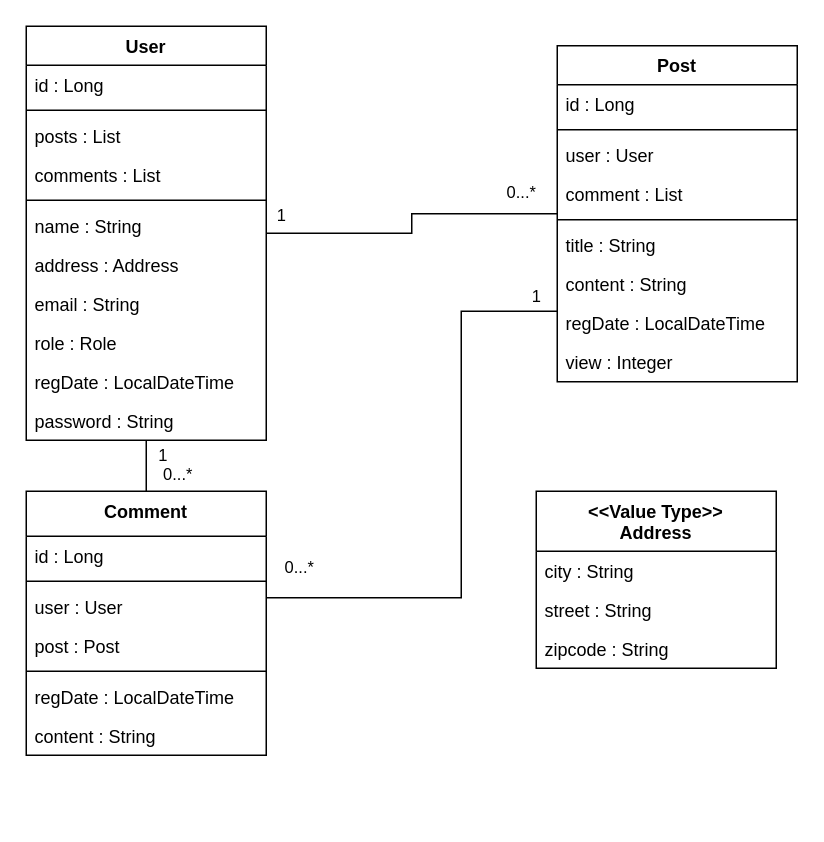
Earlier version of the draw.io diagram ERD/ERD_JpaEntity.drawio (gyuray-dev/spring_forum). Source tidied: cells renumbered, new cells numbered last; positions are measured from the earlier drawing's top-left corner, leaving out a move shared by most shapes. Both pictures are drawn from the tidied source at 150%, with x=0, y=0 at pixel (26, 26).
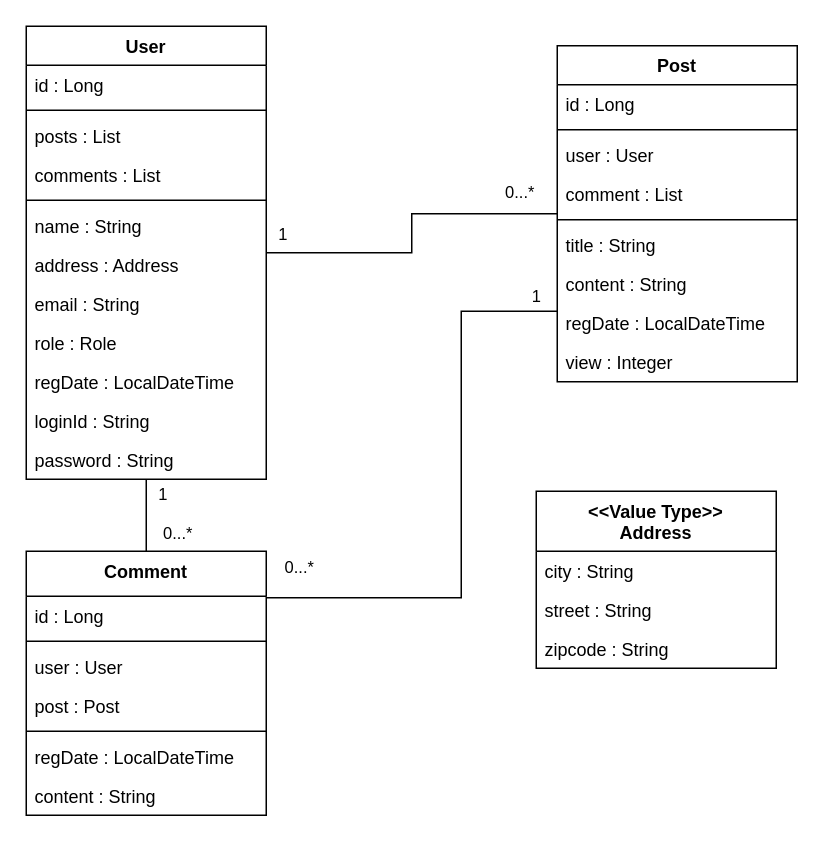
After the change.

Commit message (it also covers changes not shown here):
Add User Entity password and loginId field

What changed in the source:
```diff
@@
     <mxCell id="8" value="Comment" style="swimlane;fontStyle=1;align=center;verticalAlign=top;horizontal=1;startSize=30;rounded=0;shadow=0;strokeWidth=1;" parent="1" vertex="1">
-      <mxGeometry y="310" width="160" height="176" as="geometry" />
+      <mxGeometry y="350" width="160" height="176" as="geometry" />
     </mxCell>
@@
     <mxCell id="19" value="User" style="swimlane;fontStyle=1;align=center;verticalAlign=top;horizontal=1;startSize=26;rounded=0;shadow=0;strokeWidth=1;" parent="1" vertex="1">
-      <mxGeometry width="160" height="276" as="geometry" />
+      <mxGeometry width="160" height="302" as="geometry" />
     </mxCell>
@@
+    <mxCell id="45" value="loginId : String" style="text;align=left;verticalAlign=top;spacingLeft=4;spacingRight=4;overflow=hidden;" parent="19" vertex="1">
+      <mxGeometry y="250" width="160" height="26" as="geometry" />
+    </mxCell>
     <mxCell id="30" value="password : String" style="text;align=left;verticalAlign=top;spacingLeft=4;spacingRight=4;overflow=hidden;" parent="19" vertex="1">
-      <mxGeometry y="250" width="160" height="26" as="geometry" />
+      <mxGeometry y="276" width="160" height="26" as="geometry" />
     </mxCell>
```
